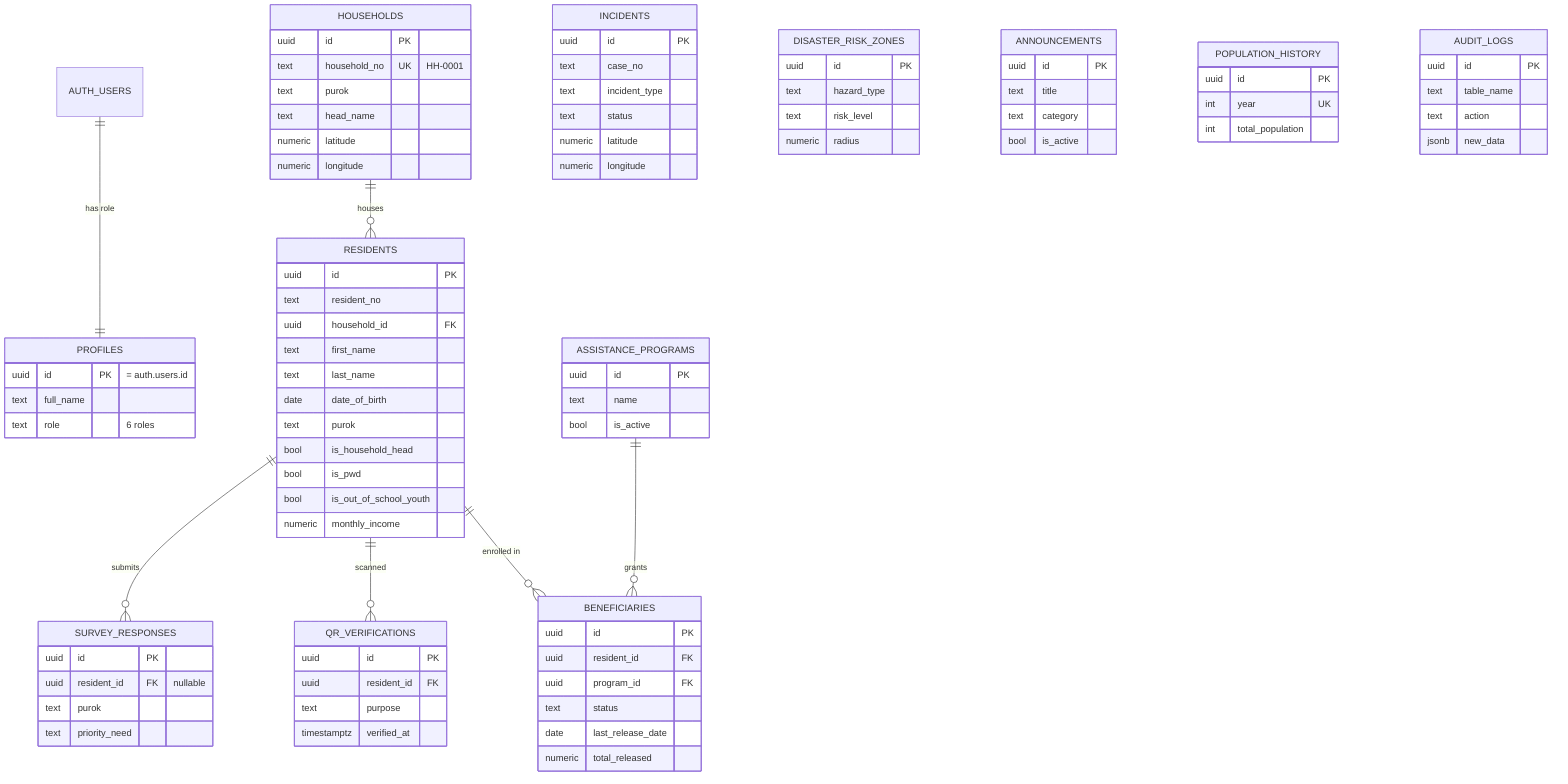
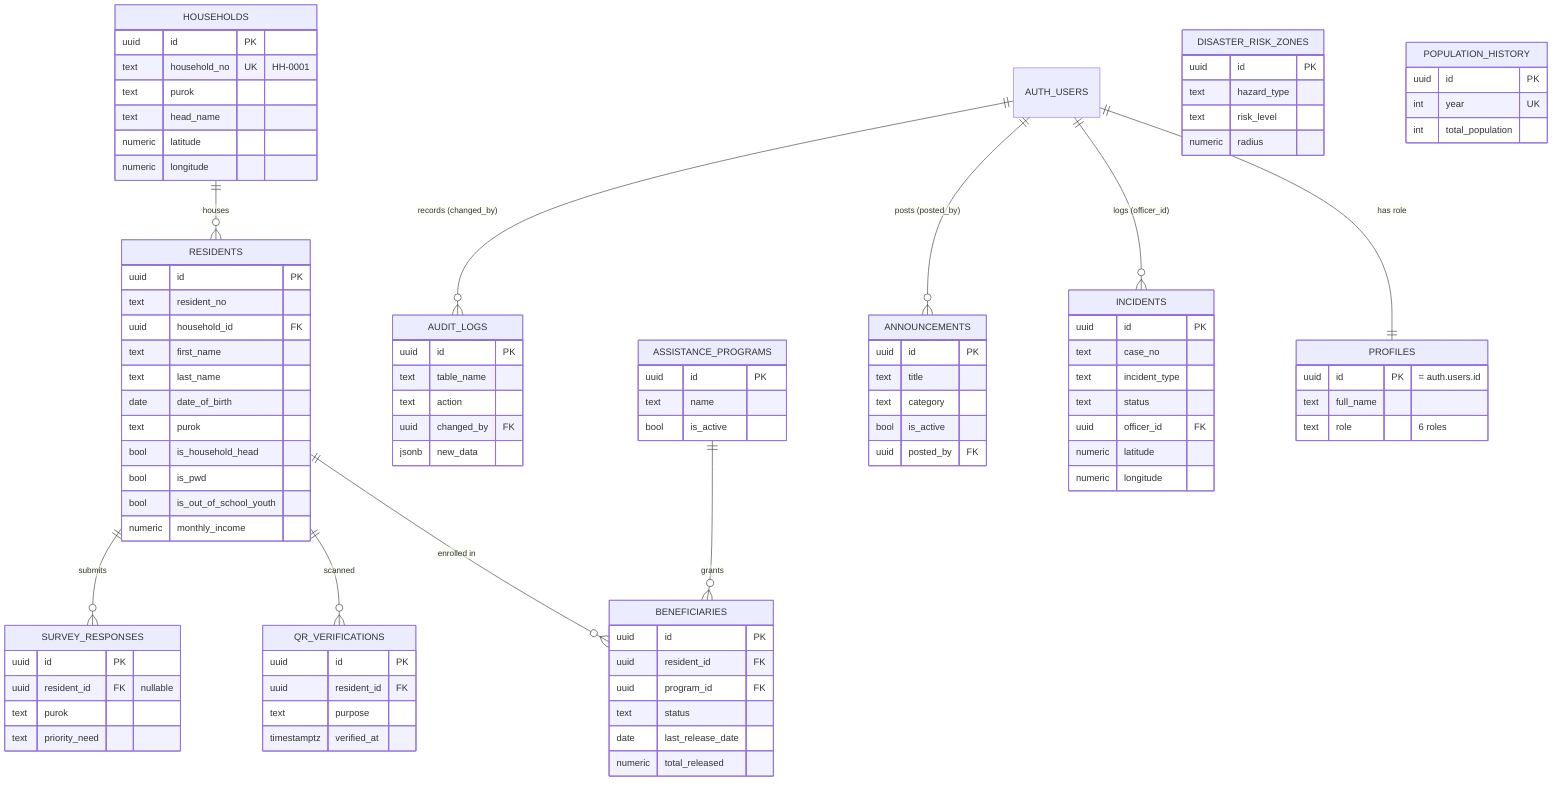
erDiagram
    AUTH_USERS ||--|| PROFILES : "has role"
    HOUSEHOLDS ||--o{ RESIDENTS : "houses"
    RESIDENTS ||--o{ BENEFICIARIES : "enrolled in"
    ASSISTANCE_PROGRAMS ||--o{ BENEFICIARIES : "grants"
    RESIDENTS ||--o{ QR_VERIFICATIONS : "scanned"
    RESIDENTS ||--o{ SURVEY_RESPONSES : "submits"
+     AUTH_USERS ||--o{ INCIDENTS : "logs (officer_id)"
+     AUTH_USERS ||--o{ ANNOUNCEMENTS : "posts (posted_by)"
+     AUTH_USERS ||--o{ AUDIT_LOGS : "records (changed_by)"

    PROFILES {
        uuid id PK "= auth.users.id"
        text full_name
        text role "6 roles"
    }
    HOUSEHOLDS {
        uuid id PK
        text household_no UK "HH-0001"
        text purok
        text head_name
        numeric latitude
        numeric longitude
    }
    RESIDENTS {
        uuid id PK
        text resident_no
        uuid household_id FK
        text first_name
        text last_name
        date date_of_birth
        text purok
        bool is_household_head
        bool is_pwd
        bool is_out_of_school_youth
        numeric monthly_income
    }
    ASSISTANCE_PROGRAMS {
        uuid id PK
        text name
        bool is_active
    }
    BENEFICIARIES {
        uuid id PK
        uuid resident_id FK
        uuid program_id FK
        text status
        date last_release_date
        numeric total_released
    }
    QR_VERIFICATIONS {
        uuid id PK
        uuid resident_id FK
        text purpose
        timestamptz verified_at
    }
    SURVEY_RESPONSES {
        uuid id PK
        uuid resident_id FK "nullable"
        text purok
        text priority_need
    }
    INCIDENTS {
        uuid id PK
        text case_no
        text incident_type
        text status
+         uuid officer_id FK
        numeric latitude
        numeric longitude
    }
    DISASTER_RISK_ZONES {
        uuid id PK
        text hazard_type
        text risk_level
        numeric radius
    }
    ANNOUNCEMENTS {
        uuid id PK
        text title
        text category
        bool is_active
+         uuid posted_by FK
    }
    POPULATION_HISTORY {
        uuid id PK
        int year UK
        int total_population
    }
    AUDIT_LOGS {
        uuid id PK
        text table_name
        text action
+         uuid changed_by FK
        jsonb new_data
    }
